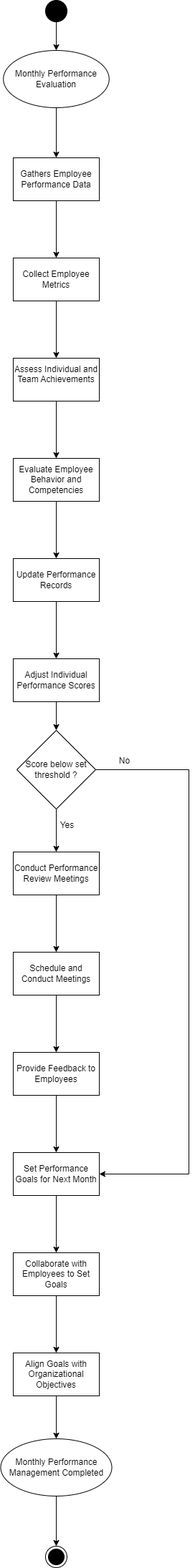
Earlier version of the draw.io export BPMN/performanceManagmentBPMN .drawio.png (ilten22/SAD). Source tidied: cells renumbered, new cells last; positions are measured from the earlier drawing's top-left corner, leaving out a move shared by most shapes. Source of this version:
```xml
<mxGraphModel background="#ffffff">
  <root>
    <mxCell id="0" />
    <mxCell id="1" parent="0" />
    <mxCell id="2" style="edgeStyle=orthogonalEdgeStyle;rounded=0;jettySize=auto;html=1;exitX=0.5;exitY=1;exitDx=0;exitDy=0;entryX=0.5;entryY=0;entryDx=0;entryDy=0;" parent="1" edge="1" source="3" target="32">
      <mxGeometry relative="1" as="geometry" />
    </mxCell>
    <mxCell id="3" style="ellipse;fillColor=strokeColor;html=1;" parent="1" vertex="1">
      <mxGeometry x="62" width="30" height="30" as="geometry" />
    </mxCell>
    <mxCell id="4" style="edgeStyle=orthogonalEdgeStyle;rounded=0;jettySize=auto;html=1;" parent="1" edge="1" source="5" target="7">
      <mxGeometry relative="1" as="geometry" />
    </mxCell>
    <mxCell id="5" value="Gathers Employee Performance Data" style="whiteSpace=wrap;html=1;rounded=0;" parent="1" vertex="1">
      <mxGeometry x="17" y="220" width="120" height="60" as="geometry" />
    </mxCell>
    <mxCell id="6" style="edgeStyle=orthogonalEdgeStyle;rounded=0;jettySize=auto;html=1;" parent="1" edge="1" source="7" target="9">
      <mxGeometry relative="1" as="geometry" />
    </mxCell>
    <mxCell id="7" value="Collect Employee Metrics" style="whiteSpace=wrap;html=1;rounded=0;" parent="1" vertex="1">
      <mxGeometry x="17" y="360" width="120" height="60" as="geometry" />
    </mxCell>
    <mxCell id="8" style="edgeStyle=orthogonalEdgeStyle;rounded=0;jettySize=auto;html=1;" parent="1" edge="1" source="9" target="11">
      <mxGeometry relative="1" as="geometry" />
    </mxCell>
    <mxCell id="9" value="&lt;div&gt;Assess Individual and Team Achievements&lt;/div&gt;&lt;div&gt;&lt;br&gt;&lt;/div&gt;" style="whiteSpace=wrap;html=1;rounded=0;" parent="1" vertex="1">
      <mxGeometry x="17" y="500" width="120" height="60" as="geometry" />
    </mxCell>
    <mxCell id="10" style="edgeStyle=orthogonalEdgeStyle;rounded=0;jettySize=auto;html=1;" parent="1" edge="1" source="11" target="13">
      <mxGeometry relative="1" as="geometry" />
    </mxCell>
    <mxCell id="11" value="Evaluate Employee Behavior and Competencies" style="whiteSpace=wrap;html=1;rounded=0;" parent="1" vertex="1">
      <mxGeometry x="17" y="640" width="120" height="60" as="geometry" />
    </mxCell>
    <mxCell id="12" style="edgeStyle=orthogonalEdgeStyle;rounded=0;jettySize=auto;html=1;" parent="1" edge="1" source="13" target="15">
      <mxGeometry relative="1" as="geometry" />
    </mxCell>
    <mxCell id="13" value="Update Performance Records" style="whiteSpace=wrap;html=1;rounded=0;" parent="1" vertex="1">
      <mxGeometry x="17" y="780" width="120" height="60" as="geometry" />
    </mxCell>
    <mxCell id="14" style="edgeStyle=orthogonalEdgeStyle;rounded=0;jettySize=auto;html=1;exitX=0.5;exitY=1;exitDx=0;exitDy=0;entryX=0.5;entryY=0;entryDx=0;entryDy=0;" parent="1" edge="1" source="15" target="35">
      <mxGeometry relative="1" as="geometry" />
    </mxCell>
    <mxCell id="15" value="Adjust Individual Performance Scores" style="whiteSpace=wrap;html=1;rounded=0;" parent="1" vertex="1">
      <mxGeometry x="17" y="920" width="120" height="60" as="geometry" />
    </mxCell>
    <mxCell id="16" style="edgeStyle=orthogonalEdgeStyle;rounded=0;jettySize=auto;html=1;" parent="1" edge="1" source="17" target="19">
      <mxGeometry relative="1" as="geometry" />
    </mxCell>
    <mxCell id="17" value="Conduct Performance Review Meetings" style="whiteSpace=wrap;html=1;rounded=0;" parent="1" vertex="1">
      <mxGeometry x="17" y="1190" width="120" height="60" as="geometry" />
    </mxCell>
    <mxCell id="18" style="edgeStyle=orthogonalEdgeStyle;rounded=0;jettySize=auto;html=1;" parent="1" edge="1" source="19" target="21">
      <mxGeometry relative="1" as="geometry" />
    </mxCell>
    <mxCell id="19" value="Schedule and Conduct Meetings" style="whiteSpace=wrap;html=1;rounded=0;" parent="1" vertex="1">
      <mxGeometry x="17" y="1330" width="120" height="60" as="geometry" />
    </mxCell>
    <mxCell id="20" style="edgeStyle=orthogonalEdgeStyle;rounded=0;jettySize=auto;html=1;" parent="1" edge="1" source="21" target="23">
      <mxGeometry relative="1" as="geometry" />
    </mxCell>
    <mxCell id="21" value="Provide Feedback to Employees" style="whiteSpace=wrap;html=1;rounded=0;" parent="1" vertex="1">
      <mxGeometry x="17" y="1470" width="120" height="60" as="geometry" />
    </mxCell>
    <mxCell id="22" style="edgeStyle=orthogonalEdgeStyle;rounded=0;jettySize=auto;html=1;" parent="1" edge="1" source="23" target="25">
      <mxGeometry relative="1" as="geometry" />
    </mxCell>
    <mxCell id="23" value="Set Performance Goals for Next Month" style="whiteSpace=wrap;html=1;rounded=0;" parent="1" vertex="1">
      <mxGeometry x="17" y="1610" width="120" height="60" as="geometry" />
    </mxCell>
    <mxCell id="24" style="edgeStyle=orthogonalEdgeStyle;rounded=0;jettySize=auto;html=1;" parent="1" edge="1" source="25" target="27">
      <mxGeometry relative="1" as="geometry" />
    </mxCell>
    <mxCell id="25" value="Collaborate with Employees to Set Goals" style="whiteSpace=wrap;html=1;rounded=0;" parent="1" vertex="1">
      <mxGeometry x="17" y="1750" width="120" height="60" as="geometry" />
    </mxCell>
    <mxCell id="26" style="edgeStyle=orthogonalEdgeStyle;rounded=0;jettySize=auto;html=1;exitX=0.5;exitY=1;exitDx=0;exitDy=0;" parent="1" edge="1" source="27" target="29">
      <mxGeometry relative="1" as="geometry" />
    </mxCell>
    <mxCell id="27" value="Align Goals with Organizational Objectives" style="whiteSpace=wrap;html=1;rounded=0;" parent="1" vertex="1">
      <mxGeometry x="17" y="1890" width="120" height="60" as="geometry" />
    </mxCell>
    <mxCell id="28" style="edgeStyle=orthogonalEdgeStyle;rounded=0;jettySize=auto;html=1;exitX=0.5;exitY=1;exitDx=0;exitDy=0;" parent="1" edge="1" source="29" target="30">
      <mxGeometry relative="1" as="geometry" />
    </mxCell>
    <mxCell id="29" value="Monthly Performance Management Completed" style="ellipse;whiteSpace=wrap;html=1;" parent="1" vertex="1">
      <mxGeometry x="-0.5" y="2010" width="155" height="80" as="geometry" />
    </mxCell>
    <mxCell id="30" style="ellipse;html=1;shape=endState;fillColor=strokeColor;" parent="1" vertex="1">
      <mxGeometry x="62" y="2160" width="30" height="30" as="geometry" />
    </mxCell>
    <mxCell id="31" style="edgeStyle=orthogonalEdgeStyle;rounded=0;jettySize=auto;html=1;exitX=0.5;exitY=1;exitDx=0;exitDy=0;" parent="1" edge="1" source="32" target="5">
      <mxGeometry relative="1" as="geometry" />
    </mxCell>
    <mxCell id="32" value="Monthly Performance Evaluation" style="ellipse;whiteSpace=wrap;html=1;" parent="1" vertex="1">
      <mxGeometry x="3.2" y="70" width="147.5" height="80" as="geometry" />
    </mxCell>
    <mxCell id="33" style="edgeStyle=orthogonalEdgeStyle;rounded=0;jettySize=auto;html=1;exitX=0.5;exitY=1;exitDx=0;exitDy=0;" parent="1" edge="1" source="35" target="17">
      <mxGeometry relative="1" as="geometry" />
    </mxCell>
    <mxCell id="34" style="edgeStyle=orthogonalEdgeStyle;rounded=0;jettySize=auto;html=1;exitX=1;exitY=0.5;exitDx=0;exitDy=0;entryX=1;entryY=0.5;entryDx=0;entryDy=0;" parent="1" edge="1" source="35" target="23">
      <mxGeometry relative="1" as="geometry">
        <Array as="points">
          <mxPoint x="262" y="1075" />
          <mxPoint x="262" y="1640" />
        </Array>
      </mxGeometry>
    </mxCell>
    <mxCell id="35" value="Score below set threshold ?" style="rhombus;whiteSpace=wrap;html=1;" parent="1" vertex="1">
      <mxGeometry x="22" y="1020" width="110" height="110" as="geometry" />
    </mxCell>
    <mxCell id="36" value="Yes" style="text;html=1;align=center;verticalAlign=middle;strokeColor=none;fillColor=none;" parent="1" vertex="1">
      <mxGeometry x="72" y="1138" width="40" height="30" as="geometry" />
    </mxCell>
    <mxCell id="37" value="No" style="text;html=1;align=center;verticalAlign=middle;strokeColor=none;fillColor=none;" parent="1" vertex="1">
      <mxGeometry x="152" y="1048" width="40" height="30" as="geometry" />
    </mxCell>
  </root>
</mxGraphModel>
```
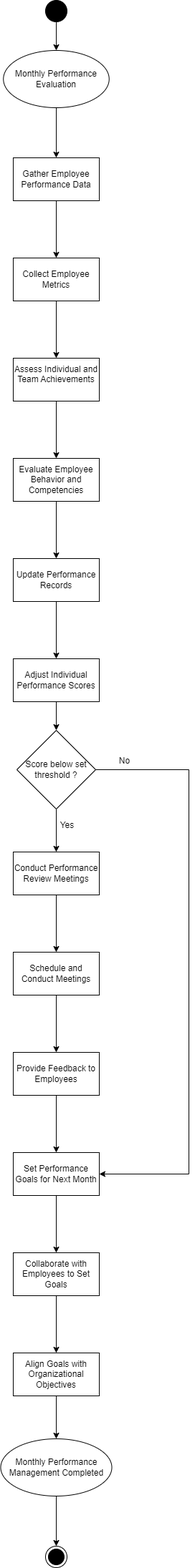
The same diagram one commit later.

The edit, as a diff of the source:
```diff
@@ -11,7 +11,7 @@
     <mxCell id="4" style="edgeStyle=orthogonalEdgeStyle;rounded=0;jettySize=auto;html=1;" parent="1" edge="1" source="5" target="7">
       <mxGeometry relative="1" as="geometry" />
     </mxCell>
-    <mxCell id="5" value="Gathers Employee Performance Data" style="whiteSpace=wrap;html=1;rounded=0;" parent="1" vertex="1">
+    <mxCell id="5" value="Gather Employee Performance Data" style="whiteSpace=wrap;html=1;rounded=0;" parent="1" vertex="1">
       <mxGeometry x="17" y="220" width="120" height="60" as="geometry" />
     </mxCell>
     <mxCell id="6" style="edgeStyle=orthogonalEdgeStyle;rounded=0;jettySize=auto;html=1;" parent="1" edge="1" source="7" target="9">
```
